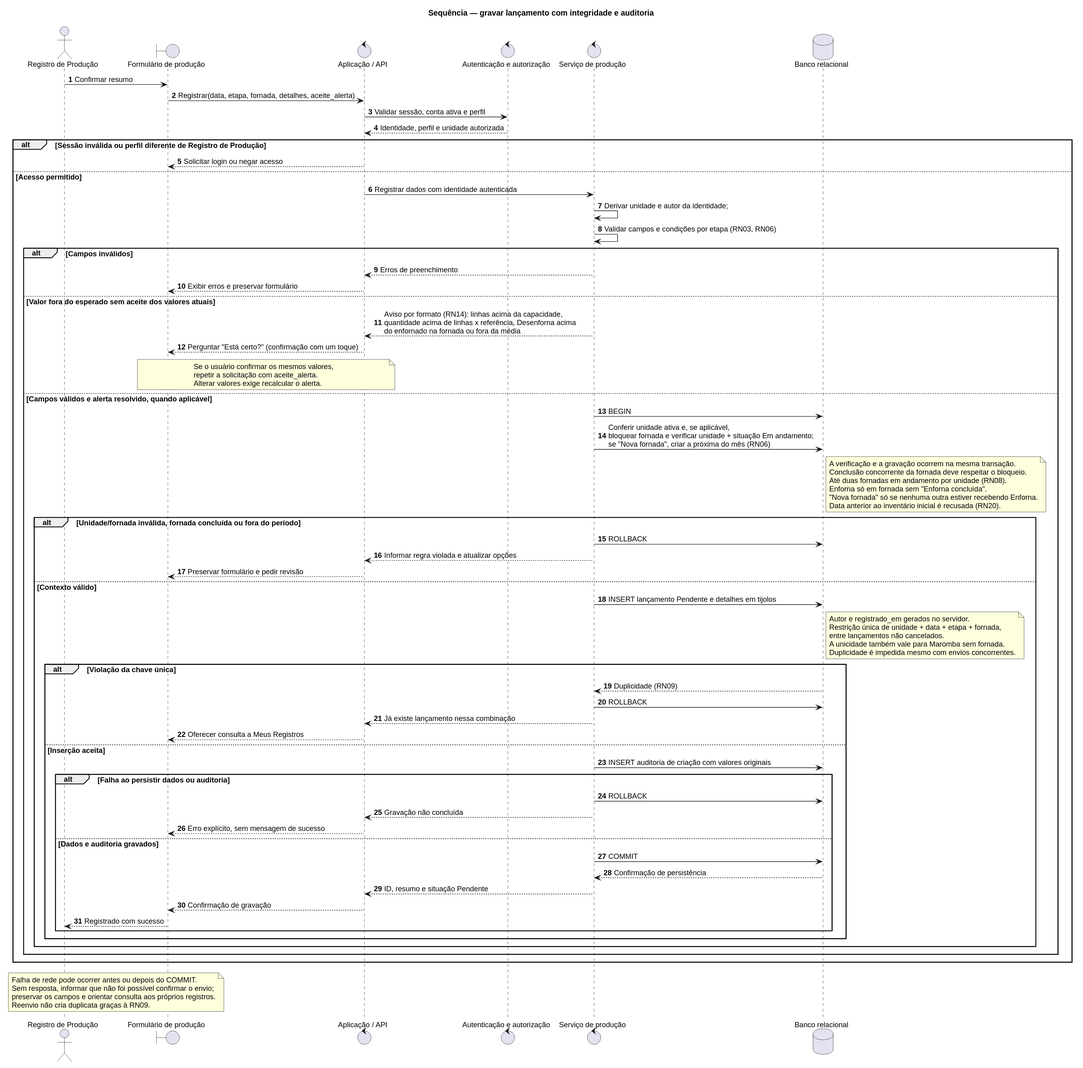
Above: docs/uml/svg/04_sequencia_registrar_producao.svg in emilynerys/Projeto-Cer-mica-SOCRE (PlantUML), before the change.
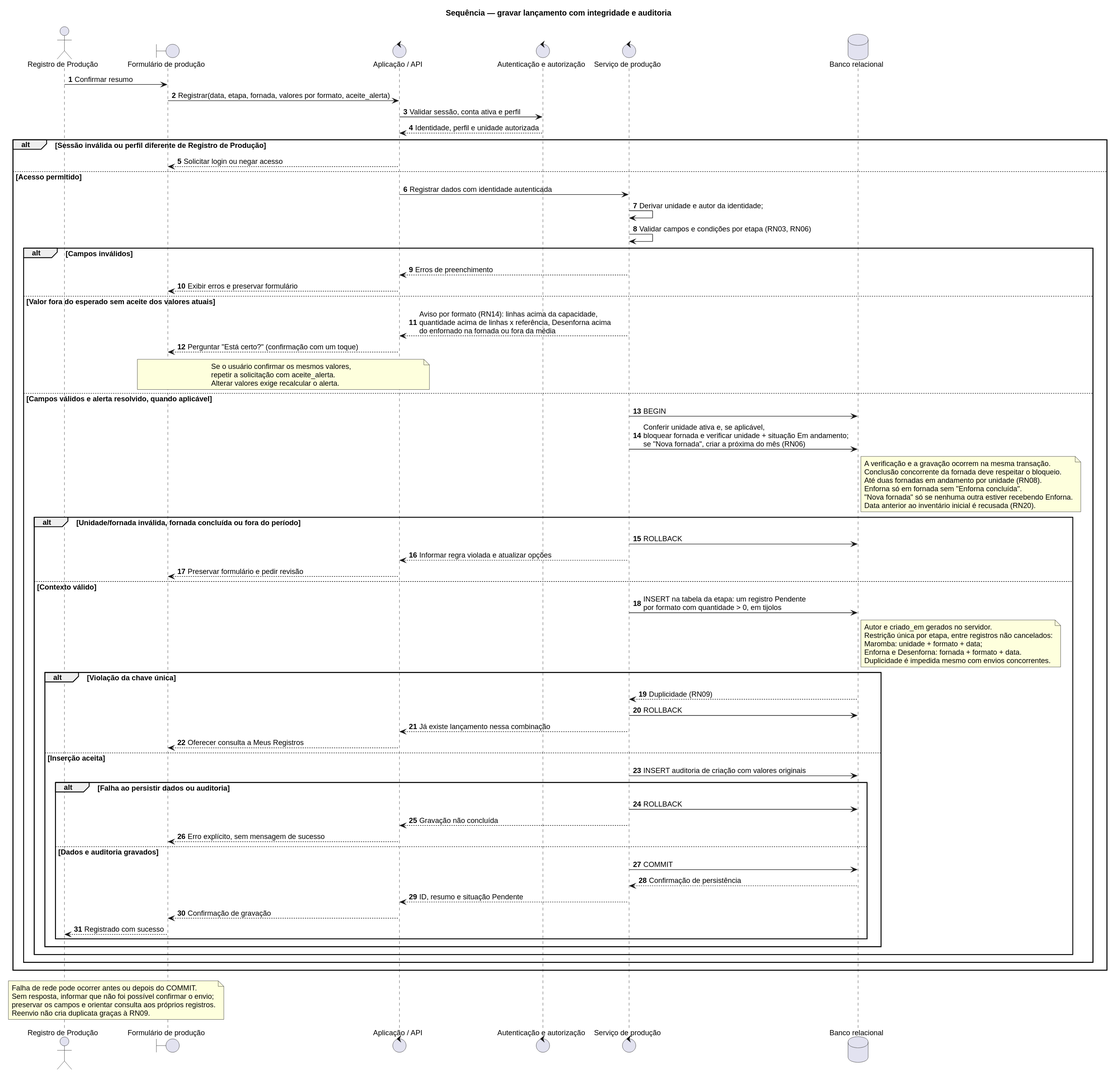
Above is the later version.

Diff of the diagram source:
```diff
@@ -13,7 +13,7 @@
 database "Banco relacional" as BD
 
 Registro -> Tela : Confirmar resumo
-Tela -> API : Registrar(data, etapa, fornada, detalhes, aceite_alerta)
+Tela -> API : Registrar(data, etapa, fornada, valores por formato, aceite_alerta)
 API -> Acesso : Validar sessão, conta ativa e perfil
 Acesso --> API : Identidade, perfil e unidade autorizada
 
@@ -50,12 +50,12 @@
       Producao --> API : Informar regra violada e atualizar opções
       API --> Tela : Preservar formulário e pedir revisão
     else Contexto válido
-      Producao -> BD : INSERT lançamento Pendente e detalhes em tijolos
+      Producao -> BD : INSERT na tabela da etapa: um registro Pendente\npor formato com quantidade > 0, em tijolos
       note right of BD
-        Autor e registrado_em gerados no servidor.
-        Restrição única de unidade + data + etapa + fornada,
-        entre lançamentos não cancelados.
-        A unicidade também vale para Maromba sem fornada.
+        Autor e criado_em gerados no servidor.
+        Restrição única por etapa, entre registros não cancelados:
+        Maromba: unidade + formato + data;
+        Enforna e Desenforna: fornada + formato + data.
         Duplicidade é impedida mesmo com envios concorrentes.
       end note
       alt Violação da chave única
```
